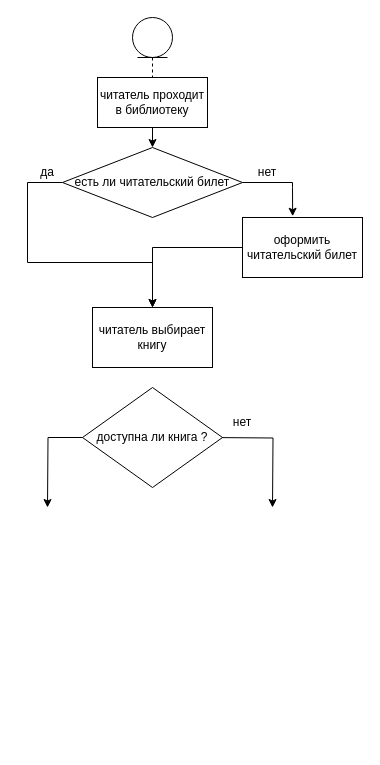
Above: page "Page-1" (1 of 2) of 12.drawio in PulsarST/Module-12-Practice-work (draw.io), before the change. Source tidied: cells renumbered, new cells numbered last; positions are measured from the earlier drawing's top-left corner, leaving out a move shared by most shapes. Both pictures are drawn from the tidied source at 100%, with x=0, y=0 at pixel (17, 17).
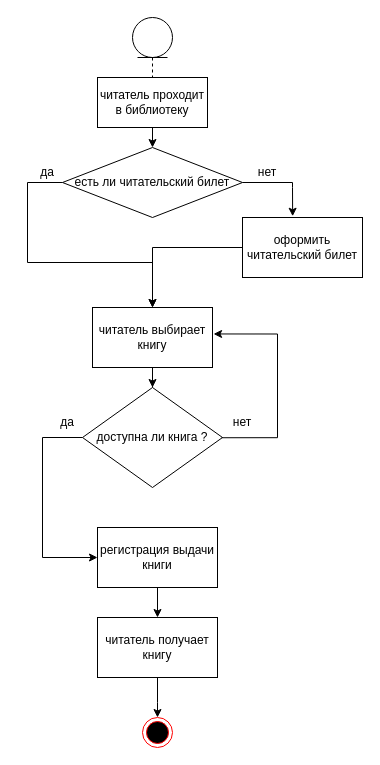
After the change.

Unchanged cells that the change refers to:
```xml
<mxCell id="11" value="читатель выбирает книгу" style="rounded=0;whiteSpace=wrap;html=1;" parent="1" vertex="1">
  <mxGeometry x="75" y="290" width="120" height="60" as="geometry" />
</mxCell>
<mxCell id="15" value="доступна ли книга ?" style="rhombus;whiteSpace=wrap;html=1;" parent="1" vertex="1">
  <mxGeometry x="65" y="370" width="140" height="100" as="geometry" />
</mxCell>
<mxCell id="16" value="нет" style="text;html=1;whiteSpace=wrap;strokeColor=none;fillColor=none;align=center;verticalAlign=middle;rounded=0;" parent="1" vertex="1">
  <mxGeometry x="195" y="390" width="60" height="30" as="geometry" />
</mxCell>
```

What changed in the source:
```diff
@@
+    <mxCell id="17" style="edgeStyle=orthogonalEdgeStyle;rounded=0;jettySize=auto;html=1;entryX=0.5;entryY=0;entryDx=0;entryDy=0;" parent="1" edge="1" source="11" target="15">
+      <mxGeometry relative="1" as="geometry" />
+    </mxCell>
@@
-    <mxCell id="13" style="edgeStyle=orthogonalEdgeStyle;rounded=0;jettySize=auto;html=1;" parent="1" edge="1" source="15">
+    <mxCell id="13" style="edgeStyle=orthogonalEdgeStyle;rounded=0;jettySize=auto;html=1;exitX=0.75;exitY=1;exitDx=0;exitDy=0;" parent="1" edge="1" source="18" target="21">
       <mxGeometry relative="1" as="geometry">
-        <mxPoint x="30" y="490" as="targetPoint" />
+        <Array as="points">
+          <mxPoint x="25" y="420" />
+          <mxPoint x="25" y="540" />
+        </Array>
       </mxGeometry>
     </mxCell>
-    <mxCell id="14" style="edgeStyle=orthogonalEdgeStyle;rounded=0;orthogonalLoop=1;jettySize=auto;html=1;" parent="1" edge="1">
-      <mxGeometry relative="1" as="geometry">
-        <mxPoint x="190" y="420" as="sourcePoint" />
-        <mxPoint x="255" y="490" as="targetPoint" />
-      </mxGeometry>
-    </mxCell>
@@
+    <mxCell id="18" value="да" style="text;html=1;whiteSpace=wrap;strokeColor=none;fillColor=none;align=center;verticalAlign=middle;rounded=0;" parent="1" vertex="1">
+      <mxGeometry x="20" y="390" width="60" height="30" as="geometry" />
+    </mxCell>
+    <mxCell id="19" style="edgeStyle=orthogonalEdgeStyle;rounded=0;jettySize=auto;html=1;entryX=1.009;entryY=0.441;entryDx=0;entryDy=0;entryPerimeter=0;exitX=0.152;exitY=1.008;exitDx=0;exitDy=0;exitPerimeter=0;" parent="1" edge="1" source="16" target="11">
+      <mxGeometry relative="1" as="geometry">
+        <Array as="points">
+          <mxPoint x="260" y="420" />
+          <mxPoint x="260" y="317" />
+        </Array>
+      </mxGeometry>
+    </mxCell>
+    <mxCell id="20" style="edgeStyle=orthogonalEdgeStyle;rounded=0;jettySize=auto;html=1;entryX=0.5;entryY=0;entryDx=0;entryDy=0;" parent="1" edge="1" source="21" target="22">
+      <mxGeometry relative="1" as="geometry" />
+    </mxCell>
+    <mxCell id="21" value="регистрация выдачи книги" style="rounded=0;whiteSpace=wrap;html=1;" parent="1" vertex="1">
+      <mxGeometry x="80" y="510" width="120" height="60" as="geometry" />
+    </mxCell>
+    <mxCell id="22" value="читатель получает книгу" style="rounded=0;whiteSpace=wrap;html=1;" parent="1" vertex="1">
+      <mxGeometry x="80" y="600" width="120" height="60" as="geometry" />
+    </mxCell>
+    <mxCell id="23" style="ellipse;html=1;shape=endState;fillColor=#000000;strokeColor=#ff0000;" parent="1" vertex="1">
+      <mxGeometry x="125" y="700" width="30" height="30" as="geometry" />
+    </mxCell>
+    <mxCell id="24" style="edgeStyle=orthogonalEdgeStyle;rounded=0;jettySize=auto;html=1;" parent="1" edge="1" source="22">
+      <mxGeometry relative="1" as="geometry">
+        <mxPoint x="140" y="700" as="targetPoint" />
+        <Array as="points">
+          <mxPoint x="140" y="685" />
+          <mxPoint x="140" y="685" />
+        </Array>
+      </mxGeometry>
+    </mxCell>
```
